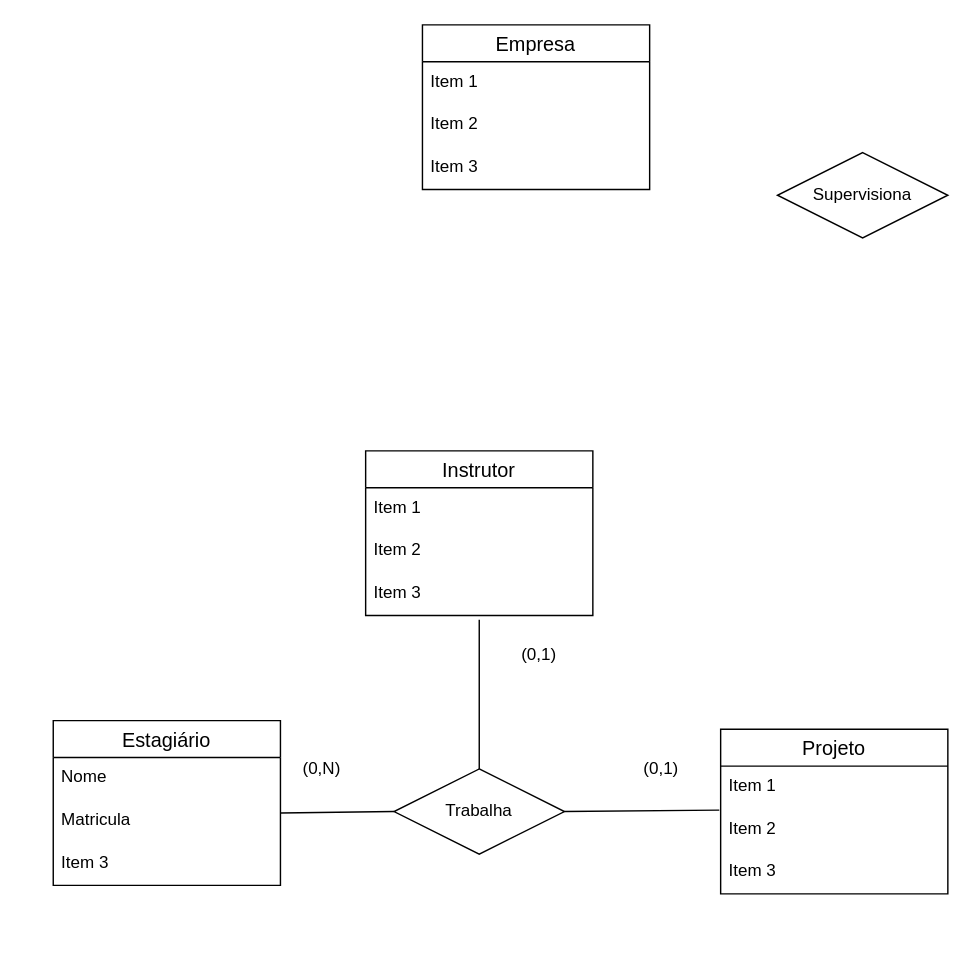
The draw.io diagram Trabalho Banco de Dados.drawio in rafaelscatolin/Banco-de-Dados-Trabalho-14-06-2023, before the edit. Source tidied: cells renumbered, new cells numbered last; positions are measured from the earlier drawing's top-left corner, leaving out a move shared by most shapes. Both pictures are drawn from the tidied source at 142%, with x=0, y=0 at pixel (53, 24).
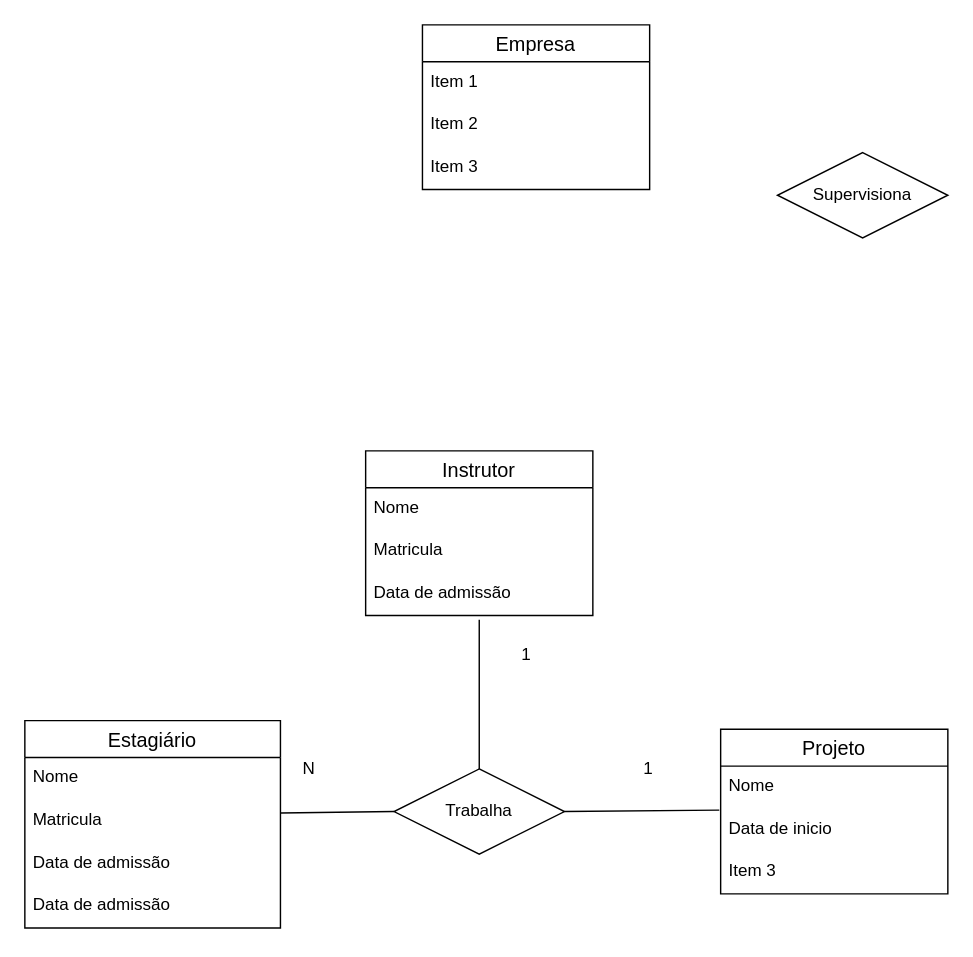
The same page after the edit.

The change refers to these unchanged cells:
```xml
<mxCell id="6" value="Instrutor" style="swimlane;fontStyle=0;horizontal=1;startSize=26;align=center;fontSize=14;" parent="1" vertex="1">
  <mxGeometry x="220" y="300" width="160" height="116" as="geometry" />
</mxCell>
<mxCell id="14" value="Projeto" style="swimlane;fontStyle=0;horizontal=1;startSize=26;align=center;fontSize=14;" parent="1" vertex="1">
  <mxGeometry x="470" y="496" width="160" height="116" as="geometry" />
</mxCell>
```

Change to the diagram source:
```diff
@@
     <mxCell id="2" value="Estagiário" style="swimlane;fontStyle=0;horizontal=1;startSize=26;align=center;fontSize=14;" parent="1" vertex="1">
-      <mxGeometry y="490" width="160" height="116" as="geometry" />
+      <mxGeometry x="-20" y="490" width="180" height="146" as="geometry" />
     </mxCell>
     <mxCell id="3" value="Nome" style="text;strokeColor=none;fillColor=none;spacingLeft=4;spacingRight=4;overflow=hidden;fontSize=12;whiteSpace=wrap;html=1;" parent="2" vertex="1">
-      <mxGeometry y="26" width="160" height="30" as="geometry" />
+      <mxGeometry y="26" width="180" height="30" as="geometry" />
     </mxCell>
     <mxCell id="4" value="Matricula" style="text;strokeColor=none;fillColor=none;spacingLeft=4;spacingRight=4;overflow=hidden;points=[[0,0.5],[1,0.5]];portConstraint=eastwest;fontSize=12;whiteSpace=wrap;html=1;" parent="2" vertex="1">
-      <mxGeometry y="56" width="160" height="30" as="geometry" />
+      <mxGeometry y="56" width="180" height="30" as="geometry" />
     </mxCell>
-    <mxCell id="5" value="Item 3" style="text;strokeColor=none;fillColor=none;spacingLeft=4;spacingRight=4;overflow=hidden;fontSize=12;whiteSpace=wrap;html=1;" parent="2" vertex="1">
-      <mxGeometry y="86" width="160" height="30" as="geometry" />
+    <mxCell id="5" value="Data de admissão" style="text;strokeColor=none;fillColor=none;spacingLeft=4;spacingRight=4;overflow=hidden;fontSize=12;whiteSpace=wrap;html=1;" parent="2" vertex="1">
+      <mxGeometry y="86" width="180" height="30" as="geometry" />
     </mxCell>
+    <mxCell id="26" value="Data de admissão" style="text;strokeColor=none;fillColor=none;spacingLeft=4;spacingRight=4;overflow=hidden;fontSize=12;whiteSpace=wrap;html=1;" parent="2" vertex="1">
+      <mxGeometry y="116" width="180" height="30" as="geometry" />
+    </mxCell>
@@
-    <mxCell id="7" value="Item 1" style="text;strokeColor=none;fillColor=none;spacingLeft=4;spacingRight=4;overflow=hidden;fontSize=12;whiteSpace=wrap;html=1;" parent="6" vertex="1">
+    <mxCell id="7" value="Nome" style="text;strokeColor=none;fillColor=none;spacingLeft=4;spacingRight=4;overflow=hidden;fontSize=12;whiteSpace=wrap;html=1;" parent="6" vertex="1">
       <mxGeometry y="26" width="160" height="30" as="geometry" />
     </mxCell>
-    <mxCell id="8" value="Item 2" style="text;strokeColor=none;fillColor=none;spacingLeft=4;spacingRight=4;overflow=hidden;fontSize=12;whiteSpace=wrap;html=1;" parent="6" vertex="1">
+    <mxCell id="8" value="Matricula" style="text;strokeColor=none;fillColor=none;spacingLeft=4;spacingRight=4;overflow=hidden;fontSize=12;whiteSpace=wrap;html=1;" parent="6" vertex="1">
       <mxGeometry y="56" width="160" height="30" as="geometry" />
     </mxCell>
-    <mxCell id="9" value="Item 3" style="text;strokeColor=none;fillColor=none;spacingLeft=4;spacingRight=4;overflow=hidden;points=[[0,0.5],[1,0.5]];portConstraint=eastwest;fontSize=12;whiteSpace=wrap;html=1;" parent="6" vertex="1">
+    <mxCell id="9" value="Data de admissão" style="text;strokeColor=none;fillColor=none;spacingLeft=4;spacingRight=4;overflow=hidden;points=[[0,0.5],[1,0.5]];portConstraint=eastwest;fontSize=12;whiteSpace=wrap;html=1;" parent="6" vertex="1">
       <mxGeometry y="86" width="160" height="30" as="geometry" />
     </mxCell>
@@
-    <mxCell id="15" value="Item 1" style="text;strokeColor=none;fillColor=none;spacingLeft=4;spacingRight=4;overflow=hidden;fontSize=12;whiteSpace=wrap;html=1;" parent="14" vertex="1">
+    <mxCell id="15" value="Nome" style="text;strokeColor=none;fillColor=none;spacingLeft=4;spacingRight=4;overflow=hidden;fontSize=12;whiteSpace=wrap;html=1;" parent="14" vertex="1">
       <mxGeometry y="26" width="160" height="30" as="geometry" />
     </mxCell>
-    <mxCell id="16" value="Item 2" style="text;strokeColor=none;fillColor=none;spacingLeft=4;spacingRight=4;overflow=hidden;points=[[0,0.5],[1,0.5]];portConstraint=eastwest;fontSize=12;whiteSpace=wrap;html=1;" parent="14" vertex="1">
+    <mxCell id="16" value="Data de inicio" style="text;strokeColor=none;fillColor=none;spacingLeft=4;spacingRight=4;overflow=hidden;points=[[0,0.5],[1,0.5]];portConstraint=eastwest;fontSize=12;whiteSpace=wrap;html=1;" parent="14" vertex="1">
       <mxGeometry y="56" width="160" height="30" as="geometry" />
     </mxCell>
@@
-    <mxCell id="23" value="(0,1)" style="text;strokeColor=none;fillColor=none;spacingLeft=4;spacingRight=4;overflow=hidden;fontSize=12;whiteSpace=wrap;html=1;" parent="1" vertex="1">
+    <mxCell id="23" value="1" style="text;strokeColor=none;fillColor=none;spacingLeft=4;spacingRight=4;overflow=hidden;fontSize=12;whiteSpace=wrap;html=1;" parent="1" vertex="1">
       <mxGeometry x="324" y="430" width="40" height="30" as="geometry" />
     </mxCell>
-    <mxCell id="24" value="(0,1)" style="text;strokeColor=none;fillColor=none;spacingLeft=4;spacingRight=4;overflow=hidden;fontSize=12;whiteSpace=wrap;html=1;" parent="1" vertex="1">
+    <mxCell id="24" value="1" style="text;strokeColor=none;fillColor=none;spacingLeft=4;spacingRight=4;overflow=hidden;fontSize=12;whiteSpace=wrap;html=1;" parent="1" vertex="1">
       <mxGeometry x="410" y="510" width="40" height="30" as="geometry" />
     </mxCell>
-    <mxCell id="25" value="(0,N)" style="text;strokeColor=none;fillColor=none;spacingLeft=4;spacingRight=4;overflow=hidden;fontSize=12;whiteSpace=wrap;html=1;" parent="1" vertex="1">
+    <mxCell id="25" value="N" style="text;strokeColor=none;fillColor=none;spacingLeft=4;spacingRight=4;overflow=hidden;fontSize=12;whiteSpace=wrap;html=1;" parent="1" vertex="1">
       <mxGeometry x="170" y="510" width="40" height="30" as="geometry" />
     </mxCell>
```
